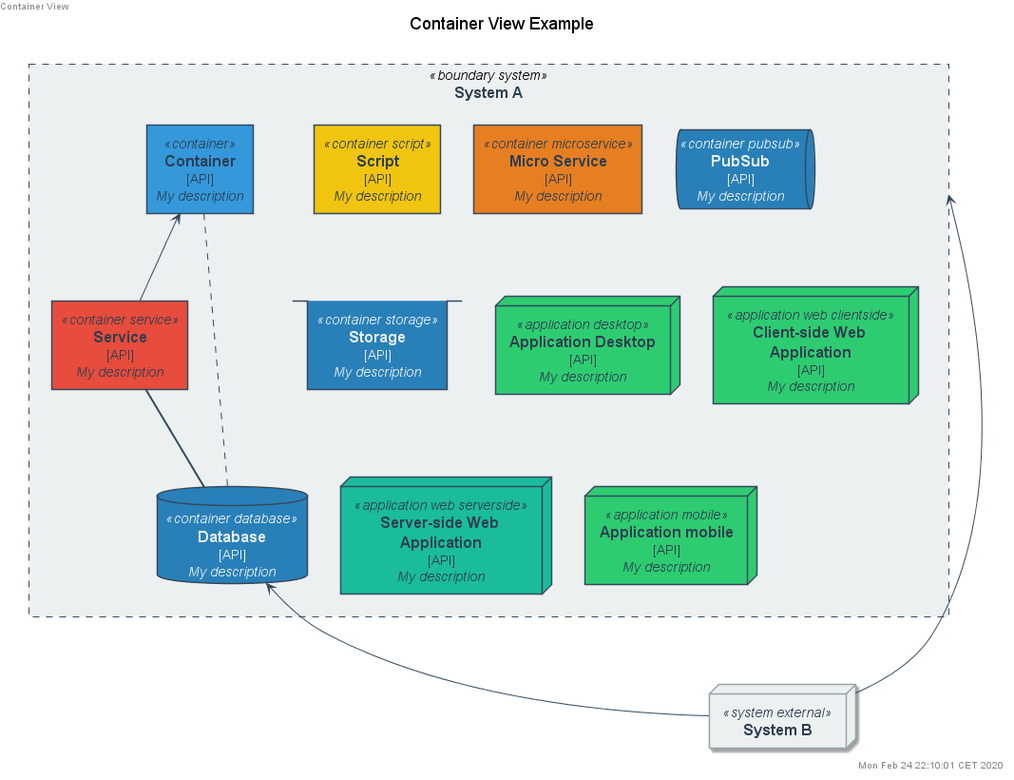
Before: example/containerView.png, a diagram exported from PlantUML (N0N4M3pl/plantuml-C4).
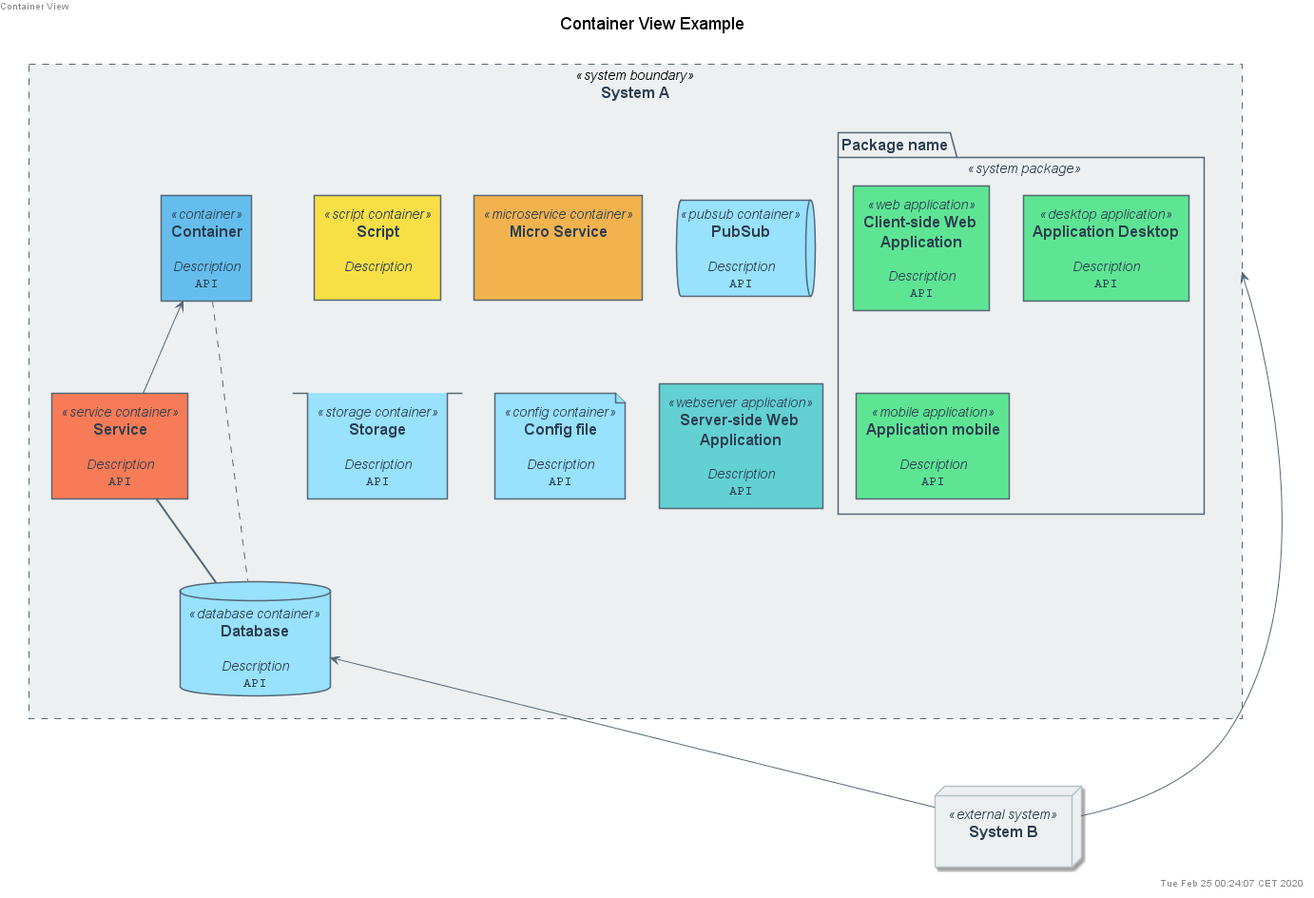
Above is the later version.

The edit, as a diff of the source:
```diff
@@ -1,10 +1,4 @@
 @startuml containerView
-
-
-
-
-
-
 
 
 
@@ -31,43 +25,20 @@
 
 
 
-skinparam defaultTextAlignment center
-skinparam wrapWidth 200
-skinparam maxMessageSize 150
 
 
-
-
-
-
-
-
-
-
-
-
-
-skinparam rectangle<<boundary>> {
-    StereotypeFontColor #2c3e50
-    FontColor #2c3e50
-    BackgroundColor white
-    BorderColor #bdc3c7
-    BorderStyle dashed
-    BorderThickness 0
-    Shadowing false
-}
 
 skinparam actor<<person>> {
     StereotypeFontColor #2c3e50
     FontColor #2c3e50
-    BackgroundColor #34495e
-    BorderColor #34495e
+    BackgroundColor #566775
+    BorderColor #566775
     Shadowing false
 }
 
 skinparam Arrow {
     FontColor #2c3e50
-    Color #34495e
+    Color #566775
     FontSize 12
 }
 
@@ -76,175 +47,120 @@
 
 
 
-skinparam rectangle<<boundary system>> {
+skinparam rectangle<<system boundary>> {
     StereotypeFontColor #2c3e50
     FontColor #2c3e50
     BackgroundColor #ecf0f1
-    BorderColor #34495e
+    BorderColor #566775
     BorderStyle dashed
     BorderThickness 1
+    Shadowing false
+}
+
+skinparam package<<system package>> {
+    StereotypeFontColor #2c3e50
+    FontColor #2c3e50
+    BackgroundColor #ecf0f1
+    BorderColor #566775
     Shadowing false
 }
 
 skinparam rectangle<<container>> {
     StereotypeFontColor #2c3e50
     FontColor #2c3e50
-    BackgroundColor #3498db
-    BorderColor #34495e
+    BackgroundColor #65bded
+    BorderColor #566775
     Shadowing false
 }
 
-skinparam rectangle<<container script>> {
+skinparam rectangle<<script container>> {
     StereotypeFontColor #2c3e50
     FontColor #2c3e50
-    BackgroundColor #f1c40f
-    BorderColor #34495e
+    BackgroundColor #f8df46
+    BorderColor #566775
     Shadowing false
 }
 
-skinparam rectangle<<container microservice>> {
+skinparam rectangle<<microservice container>> {
     StereotypeFontColor #2c3e50
     FontColor #2c3e50
-    BackgroundColor #e67e22
-    BorderColor #34495e
+    BackgroundColor #f2b24e
+    BorderColor #566775
     Shadowing false
 }
 
-skinparam rectangle<<container service>> {
+skinparam rectangle<<service container>> {
     StereotypeFontColor #2c3e50
     FontColor #2c3e50
-    BackgroundColor #e74c3c
-    BorderColor #34495e
+    BackgroundColor #f87b57
+    BorderColor #566775
     Shadowing false
 }
 
-skinparam database<<container database>> {
-    StereotypeFontColor #ecf0f1
-    FontColor #ecf0f1
-    BackgroundColor #2980b9
-    BorderColor #34495e
+skinparam queue<<pubsub container>> {
+    StereotypeFontColor #2c3e50
+    FontColor #2c3e50
+    BackgroundColor #98e1ff
+    BorderColor #566775
     Shadowing false
 }
 
-skinparam queue<<container pubsub>> {
-    StereotypeFontColor #ecf0f1
-    FontColor #ecf0f1
-    BackgroundColor #2980b9
-    BorderColor #34495e
+skinparam database<<database container>> {
+    StereotypeFontColor #2c3e50
+    FontColor #2c3e50
+    BackgroundColor #98e1ff
+    BorderColor #566775
     Shadowing false
 }
 
-skinparam stack<<container storage>> {
-    StereotypeFontColor #ecf0f1
-    FontColor #ecf0f1
-    BackgroundColor #2980b9
-    BorderColor #34495e
+skinparam stack<<storage container>> {
+    StereotypeFontColor #2c3e50
+    FontColor #2c3e50
+    BackgroundColor #98e1ff
+    BorderColor #566775
     Shadowing false
 }
 
-skinparam node<<application web serverside>> {
+skinparam file<<config container>> {
     StereotypeFontColor #2c3e50
     FontColor #2c3e50
-    BackgroundColor #1abc9c
-    BorderColor #34495e
+    BackgroundColor #98e1ff
+    BorderColor #566775
     Shadowing false
 }
 
-skinparam node<<application web clientside>> {
+skinparam rectangle<<webserver application>> {
     StereotypeFontColor #2c3e50
     FontColor #2c3e50
-    BackgroundColor #2ecc71
-    BorderColor #34495e
+    BackgroundColor #63d0d3
+    BorderColor #566775
     Shadowing false
 }
 
-skinparam node<<application desktop>> {
+skinparam rectangle<<web application>> {
     StereotypeFontColor #2c3e50
     FontColor #2c3e50
-    BackgroundColor #2ecc71
-    BorderColor #34495e
+    BackgroundColor #5ee594
+    BorderColor #566775
     Shadowing false
 }
 
-skinparam node<<application mobile>> {
+skinparam rectangle<<desktop application>> {
     StereotypeFontColor #2c3e50
     FontColor #2c3e50
-    BackgroundColor #2ecc71
-    BorderColor #34495e
+    BackgroundColor #5ee594
+    BorderColor #566775
     Shadowing false
 }
 
-
-
-
-
-
-
-
-
-
-
-
-skinparam defaultTextAlignment center
-skinparam wrapWidth 200
-skinparam maxMessageSize 150
-
-
-
-
-
-
-
-
-
-
-
-
-
-
-
-
-
-
-skinparam defaultTextAlignment center
-skinparam wrapWidth 200
-skinparam maxMessageSize 150
-
-
-
-
-
-
-
-
-
-
-
-
-
-skinparam rectangle<<boundary>> {
+skinparam rectangle<<mobile application>> {
     StereotypeFontColor #2c3e50
     FontColor #2c3e50
-    BackgroundColor white
-    BorderColor #bdc3c7
-    BorderStyle dashed
-    BorderThickness 0
+    BackgroundColor #5ee594
+    BorderColor #566775
     Shadowing false
 }
 
-skinparam actor<<person>> {
-    StereotypeFontColor #2c3e50
-    FontColor #2c3e50
-    BackgroundColor #34495e
-    BorderColor #34495e
-    Shadowing false
-}
-
-skinparam Arrow {
-    FontColor #2c3e50
-    Color #34495e
-    FontSize 12
-}
 
 
 
@@ -255,14 +171,14 @@
     StereotypeFontColor #2c3e50
     FontColor #2c3e50
     BackgroundColor #ecf0f1
-    BorderColor #34495e
+    BorderColor #566775
 }
 
-skinparam node<<system external>> {
+skinparam node<<external system>> {
     StereotypeFontColor #2c3e50
     FontColor #2c3e50
     BackgroundColor #ecf0f1
-    BorderColor #95a5a6
+    BorderColor #b6c1c5
 }
 
 
@@ -272,20 +188,23 @@
 top to bottom direction
 
 
-rectangle "==System A" <<boundary system>> as Boundary_systemA {
-    rectangle "==Container\n [API]\n //My description//" <<container>> as containerA
-    rectangle "==Script\n [API]\n //My description//" <<container script>> as containerF
-    rectangle "==Micro Service\n [API]\n //My description//" <<container microservice>> as containerJ
-    rectangle "==Service\n [API]\n //My description//" <<container service>> as containerB
-    database "==Database\n [API]\n //My description//" <<container database>> as containerC
-    queue "==PubSub\n [API]\n //My description//" <<container pubsub>> as containerD
-    stack "==Storage\n [API]\n //My description//" <<container storage>> as containerE
-    node "==Application Desktop\n [API]\n //My description//" <<application desktop>> as containerG
-    node "==Client-side Web Application\n [API]\n //My description//" <<application web clientside>> as containerH
-    node "==Server-side Web Application\n [API]\n //My description//" <<application web serverside>> as containerK
-    node "==Application mobile\n [API]\n //My description//" <<application mobile>> as containerI
+rectangle "==System A" <<system boundary>> as Boundary_systemA {
+    rectangle "==Container\n\n //Description//\n ""API"" " <<container>> as containerA
+    rectangle "==Script\n\n //Description//\n """" " <<script container>> as containerF
+    rectangle "==Micro Service\n\n // //\n """" " <<microservice container>> as containerJ
+    rectangle "==Service\n\n //Description//\n ""API"" " <<service container>> as containerB
+    database "==Database\n\n //Description//\n ""API"" " <<database container>> as containerC
+    queue "==PubSub\n\n //Description//\n ""API"" " <<pubsub container>> as containerD
+    stack "==Storage\n\n //Description//\n ""API"" " <<storage container>> as containerE
+    file "==Config file\n\n //Description//\n ""API"" " <<config container>> as containerL
+    rectangle "==Server-side Web Application\n\n //Description//\n ""API"" " <<webserver application>> as containerK
+    package "==Package name" <<system package>> as packageA {
+        rectangle "==Client-side Web Application\n\n //Description//\n ""API"" " <<web application>> as containerH
+        rectangle "==Application Desktop\n\n //Description//\n ""API"" " <<desktop application>> as containerG
+        rectangle "==Application mobile\n\n //Description//\n ""API"" " <<mobile application>> as containerI
+    }
 }
-node "==System B" <<system external>> as systemB
+node "==System B\n // //" <<external system>> as systemB
 
 
 Boundary_systemA <-- systemB : ""
@@ -295,6 +214,6 @@
 containerB == containerC : ""
 
 
-right footer Mon Feb 24 22:10:01 CET 2020
+right footer Tue Feb 25 00:24:07 CET 2020
 
 @enduml
```
